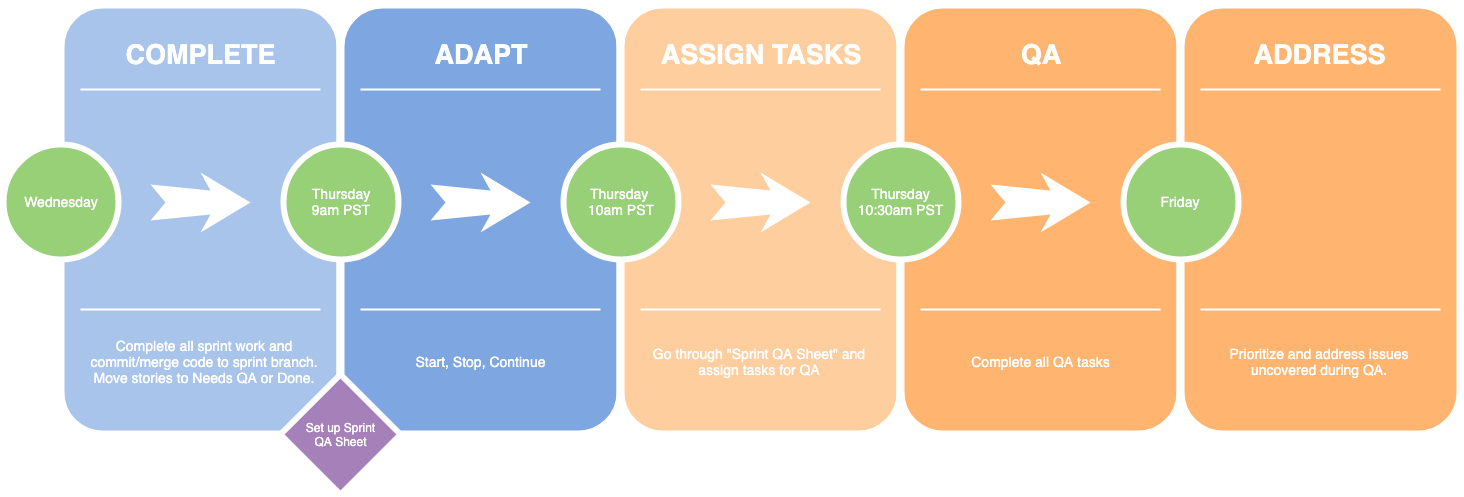
Before: Sprint QA Day.png, a diagram exported from draw.io (JasonHolderness-GV/Wiki-Files). Source tidied: cells renumbered, new cells last; positions are measured from the earlier drawing's top-left corner, leaving out a move shared by most shapes.
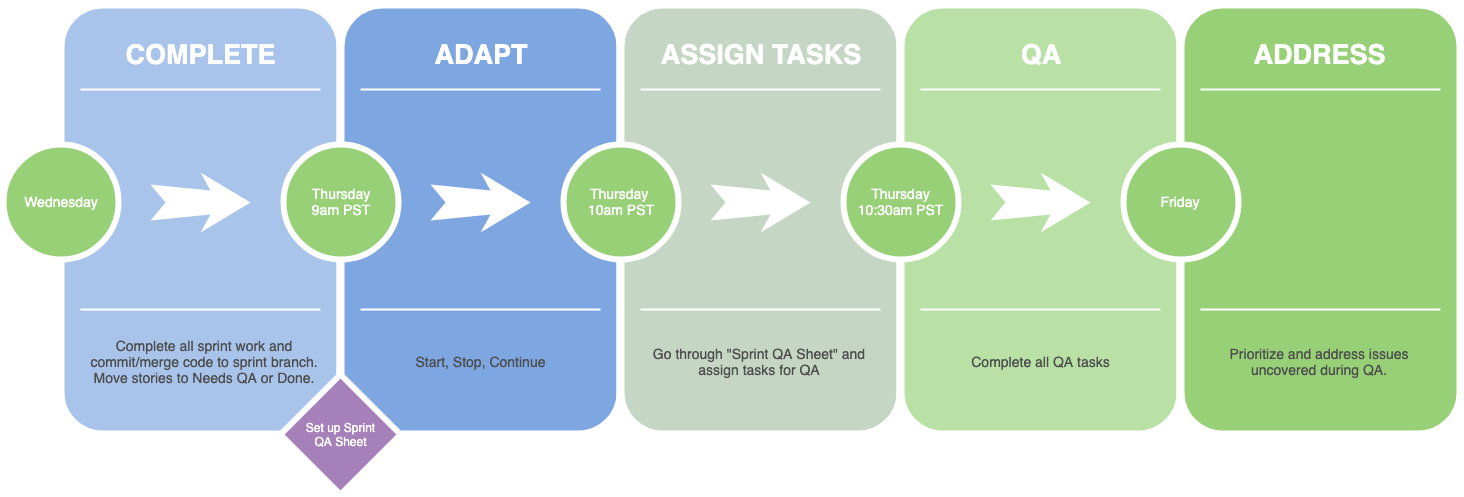
After the commit.

Diff of the diagram source:
```diff
@@ -8,7 +8,7 @@
     <mxCell id="3" value="COMPLETE" style="text;html=1;strokeColor=none;fillColor=none;align=center;verticalAlign=middle;whiteSpace=wrap;rounded=0;shadow=0;fontSize=27;fontColor=#FFFFFF;fontStyle=1;" parent="1" vertex="1">
       <mxGeometry x="57" y="20" width="280" height="60" as="geometry" />
     </mxCell>
-    <mxCell id="4" value="Complete all sprint work and commit/merge code to sprint branch. Move stories to Needs QA or Done." style="text;html=1;strokeColor=none;fillColor=none;align=center;verticalAlign=middle;whiteSpace=wrap;rounded=0;shadow=0;fontSize=14;fontColor=#FFFFFF;" parent="1" vertex="1">
+    <mxCell id="4" value="Complete all sprint work and commit/merge code to sprint branch. Move stories to Needs QA or Done." style="text;html=1;strokeColor=none;fillColor=none;align=center;verticalAlign=middle;whiteSpace=wrap;rounded=0;shadow=0;fontSize=14;fontColor=#4D4D4D;" parent="1" vertex="1">
       <mxGeometry x="81" y="320" width="240" height="75" as="geometry" />
     </mxCell>
     <mxCell id="5" style="line;strokeWidth=2;html=1;rounded=0;shadow=0;fontSize=27;align=center;fillColor=none;strokeColor=#FFFFFF;" parent="1" vertex="1">
@@ -29,7 +29,7 @@
     <mxCell id="10" value="ADAPT" style="text;html=1;strokeColor=none;fillColor=none;align=center;verticalAlign=middle;whiteSpace=wrap;rounded=0;shadow=0;fontSize=27;fontColor=#FFFFFF;fontStyle=1;" parent="1" vertex="1">
       <mxGeometry x="337" y="20" width="280" height="60" as="geometry" />
     </mxCell>
-    <mxCell id="11" value="Start, Stop, Continue" style="text;html=1;strokeColor=none;fillColor=none;align=center;verticalAlign=middle;whiteSpace=wrap;rounded=0;shadow=0;fontSize=14;fontColor=#FFFFFF;" parent="1" vertex="1">
+    <mxCell id="11" value="Start, Stop, Continue" style="text;html=1;strokeColor=none;fillColor=none;align=center;verticalAlign=middle;whiteSpace=wrap;rounded=0;shadow=0;fontSize=14;fontColor=#4D4D4D;" parent="1" vertex="1">
       <mxGeometry x="337" y="320" width="280" height="75" as="geometry" />
     </mxCell>
     <mxCell id="12" style="line;strokeWidth=2;html=1;rounded=0;shadow=0;fontSize=27;align=center;fillColor=none;strokeColor=#FFFFFF;" parent="1" vertex="1">
@@ -44,13 +44,13 @@
     <mxCell id="15" style="html=1;shadow=0;dashed=0;align=center;verticalAlign=middle;shape=mxgraph.arrows2.stylisedArrow;dy=0.6;dx=40;notch=15;feather=0.4;rounded=0;strokeWidth=1;fontSize=27;strokeColor=none;fillColor=#FFFFFF;" parent="1" vertex="1">
       <mxGeometry x="427" y="168" width="100" height="60" as="geometry" />
     </mxCell>
-    <mxCell id="16" style="whiteSpace=wrap;html=1;rounded=1;shadow=0;strokeWidth=8;fontSize=20;align=center;fillColor=#FFCE9F;strokeColor=#FFFFFF;" parent="1" vertex="1">
+    <mxCell id="16" style="whiteSpace=wrap;html=1;rounded=1;shadow=0;strokeWidth=8;fontSize=20;align=center;fillColor=#C5D6C4;strokeColor=#FFFFFF;" parent="1" vertex="1">
       <mxGeometry x="617" width="280" height="430" as="geometry" />
     </mxCell>
     <mxCell id="17" value="ASSIGN TASKS" style="text;html=1;strokeColor=none;fillColor=none;align=center;verticalAlign=middle;whiteSpace=wrap;rounded=0;shadow=0;fontSize=27;fontColor=#FFFFFF;fontStyle=1;" parent="1" vertex="1">
       <mxGeometry x="617" y="20" width="280" height="60" as="geometry" />
     </mxCell>
-    <mxCell id="18" value="Go through &quot;Sprint QA Sheet&quot; and assign tasks for QA" style="text;html=1;strokeColor=none;fillColor=none;align=center;verticalAlign=middle;whiteSpace=wrap;rounded=0;shadow=0;fontSize=14;fontColor=#FFFFFF;" parent="1" vertex="1">
+    <mxCell id="18" value="Go through &quot;Sprint QA Sheet&quot; and assign tasks for QA" style="text;html=1;strokeColor=none;fillColor=none;align=center;verticalAlign=middle;whiteSpace=wrap;rounded=0;shadow=0;fontSize=14;fontColor=#4D4D4D;" parent="1" vertex="1">
       <mxGeometry x="631" y="320" width="250" height="75" as="geometry" />
     </mxCell>
     <mxCell id="19" style="line;strokeWidth=2;html=1;rounded=0;shadow=0;fontSize=27;align=center;fillColor=none;strokeColor=#FFFFFF;" parent="1" vertex="1">
@@ -65,13 +65,13 @@
     <mxCell id="22" style="html=1;shadow=0;dashed=0;align=center;verticalAlign=middle;shape=mxgraph.arrows2.stylisedArrow;dy=0.6;dx=40;notch=15;feather=0.4;rounded=0;strokeWidth=1;fontSize=27;strokeColor=none;fillColor=#FFFFFF;" parent="1" vertex="1">
       <mxGeometry x="707" y="168" width="100" height="60" as="geometry" />
     </mxCell>
-    <mxCell id="23" style="whiteSpace=wrap;html=1;rounded=1;shadow=0;strokeWidth=8;fontSize=20;align=center;fillColor=#FFB570;strokeColor=#FFFFFF;" parent="1" vertex="1">
+    <mxCell id="23" style="whiteSpace=wrap;html=1;rounded=1;shadow=0;strokeWidth=8;fontSize=20;align=center;fillColor=#B9E0A5;strokeColor=#FFFFFF;" parent="1" vertex="1">
       <mxGeometry x="897" width="280" height="430" as="geometry" />
     </mxCell>
     <mxCell id="24" value="QA" style="text;html=1;strokeColor=none;fillColor=none;align=center;verticalAlign=middle;whiteSpace=wrap;rounded=0;shadow=0;fontSize=27;fontColor=#FFFFFF;fontStyle=1;" parent="1" vertex="1">
       <mxGeometry x="897" y="20" width="280" height="60" as="geometry" />
     </mxCell>
-    <mxCell id="25" value="Complete all QA tasks" style="text;html=1;strokeColor=none;fillColor=none;align=center;verticalAlign=middle;whiteSpace=wrap;rounded=0;shadow=0;fontSize=14;fontColor=#FFFFFF;" parent="1" vertex="1">
+    <mxCell id="25" value="Complete all QA tasks" style="text;html=1;strokeColor=none;fillColor=none;align=center;verticalAlign=middle;whiteSpace=wrap;rounded=0;shadow=0;fontSize=14;fontColor=#4D4D4D;" parent="1" vertex="1">
       <mxGeometry x="897" y="320" width="280" height="75" as="geometry" />
     </mxCell>
     <mxCell id="26" style="line;strokeWidth=2;html=1;rounded=0;shadow=0;fontSize=27;align=center;fillColor=none;strokeColor=#FFFFFF;" parent="1" vertex="1">
@@ -92,7 +92,7 @@
     <mxCell id="31" value="QA" style="text;html=1;strokeColor=none;fillColor=none;align=center;verticalAlign=middle;whiteSpace=wrap;rounded=0;shadow=0;fontSize=27;fontColor=#FFFFFF;fontStyle=1;" parent="1" vertex="1">
       <mxGeometry x="1177" y="20" width="280" height="60" as="geometry" />
     </mxCell>
-    <mxCell id="32" style="whiteSpace=wrap;html=1;rounded=1;shadow=0;strokeWidth=8;fontSize=20;align=center;fillColor=#FFB570;strokeColor=#FFFFFF;" parent="1" vertex="1">
+    <mxCell id="32" style="whiteSpace=wrap;html=1;rounded=1;shadow=0;strokeWidth=8;fontSize=20;align=center;fillColor=#97D077;strokeColor=#FFFFFF;" parent="1" vertex="1">
       <mxGeometry x="1177" width="280" height="430" as="geometry" />
     </mxCell>
     <mxCell id="33" style="line;strokeWidth=2;html=1;rounded=0;shadow=0;fontSize=27;align=center;fillColor=none;strokeColor=#FFFFFF;" parent="1" vertex="1">
@@ -101,7 +101,7 @@
     <mxCell id="34" style="line;strokeWidth=2;html=1;rounded=0;shadow=0;fontSize=27;align=center;fillColor=none;strokeColor=#FFFFFF;" parent="1" vertex="1">
       <mxGeometry x="1197" y="80" width="240" height="10" as="geometry" />
     </mxCell>
-    <mxCell id="35" value="Prioritize and address issues uncovered during QA." style="text;html=1;strokeColor=none;fillColor=none;align=center;verticalAlign=middle;whiteSpace=wrap;rounded=0;shadow=0;fontSize=14;fontColor=#FFFFFF;" parent="1" vertex="1">
+    <mxCell id="35" value="Prioritize and address issues uncovered during QA." style="text;html=1;strokeColor=none;fillColor=none;align=center;verticalAlign=middle;whiteSpace=wrap;rounded=0;shadow=0;fontSize=14;fontColor=#4D4D4D;" parent="1" vertex="1">
       <mxGeometry x="1191" y="320" width="250" height="75" as="geometry" />
     </mxCell>
     <mxCell id="36" value="Friday" style="ellipse;whiteSpace=wrap;html=1;rounded=0;shadow=0;strokeWidth=6;fontSize=14;align=center;fillColor=#97D077;strokeColor=#FFFFFF;fontColor=#FFFFFF;" parent="1" vertex="1">
```
